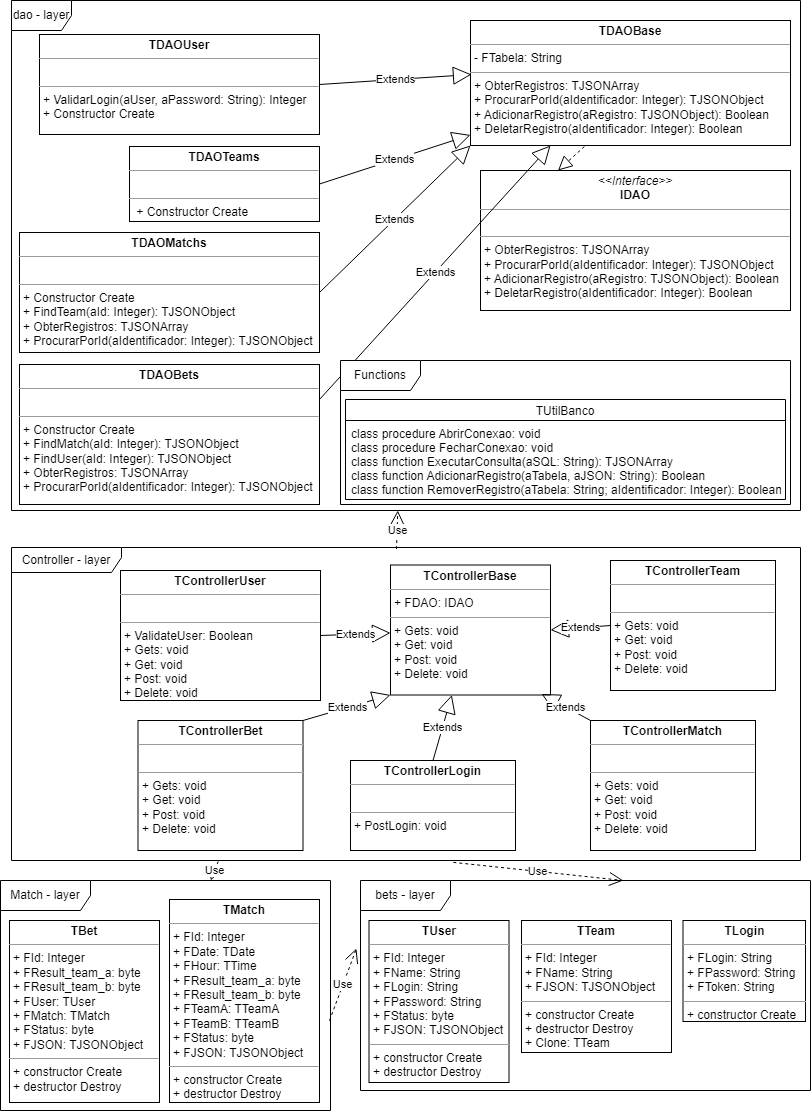
This is Módulo 09 - Projeto Final/3 - Arquitetura da Aplicação/Diagrama_Classe_BackEnd.drawio.png from armandocorrea/Devs2Blu2022-Publico, a draw.io export, as it was before one commit. Source tidied: cells renumbered, new cells last; positions are measured from the earlier drawing's top-left corner, leaving out a move shared by most shapes.
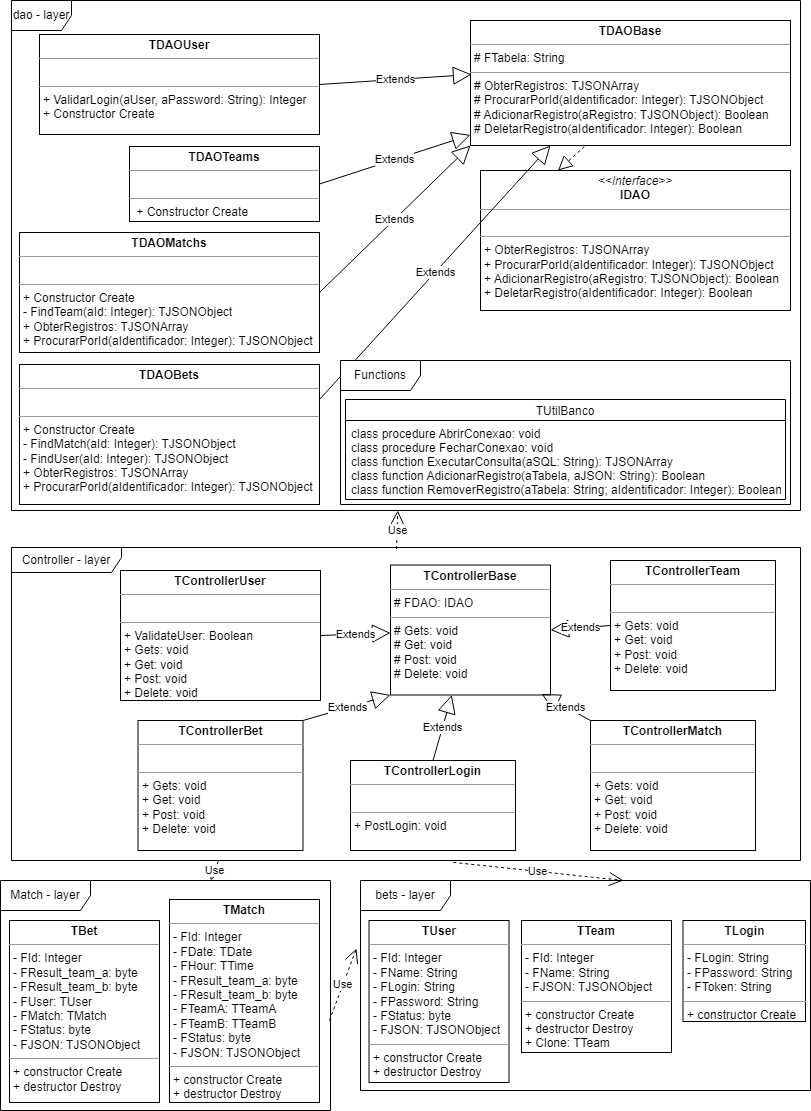
After the change.

The edit, as a diff of the source:
```diff
@@ -10,3 +10,3 @@
     </mxCell>
-    <mxCell id="4" value="&lt;p style=&quot;margin:0px;margin-top:4px;text-align:center;&quot;&gt;&lt;b&gt;TDAOBase&lt;/b&gt;&lt;/p&gt;&lt;hr size=&quot;1&quot;&gt;&lt;p style=&quot;margin:0px;margin-left:4px;&quot;&gt;- FTabela: String&lt;/p&gt;&lt;hr size=&quot;1&quot;&gt;&lt;p style=&quot;margin:0px;margin-left:4px;&quot;&gt;+ ObterRegistros: TJSONArray&lt;/p&gt;&lt;p style=&quot;margin:0px;margin-left:4px;&quot;&gt;+ ProcurarPorId(aIdentificador: Integer): TJSONObject&lt;/p&gt;&lt;p style=&quot;margin:0px;margin-left:4px;&quot;&gt;+ AdicionarRegistro(aRegistro: TJSONObject): Boolean&lt;/p&gt;&lt;p style=&quot;margin:0px;margin-left:4px;&quot;&gt;+ DeletarRegistro(aIdentificador: Integer): Boolean&lt;/p&gt;" style="verticalAlign=top;align=left;overflow=fill;fontSize=12;fontFamily=Helvetica;html=1;" parent="1" vertex="1">
+    <mxCell id="4" value="&lt;p style=&quot;margin:0px;margin-top:4px;text-align:center;&quot;&gt;&lt;b&gt;TDAOBase&lt;/b&gt;&lt;/p&gt;&lt;hr size=&quot;1&quot;&gt;&lt;p style=&quot;margin:0px;margin-left:4px;&quot;&gt;# FTabela: String&lt;/p&gt;&lt;hr size=&quot;1&quot;&gt;&lt;p style=&quot;margin:0px;margin-left:4px;&quot;&gt;# ObterRegistros: TJSONArray&lt;/p&gt;&lt;p style=&quot;margin:0px;margin-left:4px;&quot;&gt;# ProcurarPorId(aIdentificador: Integer): TJSONObject&lt;/p&gt;&lt;p style=&quot;margin:0px;margin-left:4px;&quot;&gt;# AdicionarRegistro(aRegistro: TJSONObject): Boolean&lt;/p&gt;&lt;p style=&quot;margin:0px;margin-left:4px;&quot;&gt;# DeletarRegistro(aIdentificador: Integer): Boolean&lt;/p&gt;" style="verticalAlign=top;align=left;overflow=fill;fontSize=12;fontFamily=Helvetica;html=1;" parent="1" vertex="1">
       <mxGeometry x="470" y="20" width="320" height="125" as="geometry" />
@@ -25,6 +25,6 @@
     </mxCell>
-    <mxCell id="9" value="&lt;p style=&quot;margin:0px;margin-top:4px;text-align:center;&quot;&gt;&lt;b&gt;TDAOMatchs&lt;/b&gt;&lt;/p&gt;&lt;hr size=&quot;1&quot;&gt;&lt;p style=&quot;margin:0px;margin-left:4px;&quot;&gt;&lt;br&gt;&lt;/p&gt;&lt;hr size=&quot;1&quot;&gt;&lt;p style=&quot;margin:0px;margin-left:4px;&quot;&gt;&lt;span style=&quot;background-color: initial;&quot;&gt;+ Constructor Create&lt;br&gt;&lt;/span&gt;+ FindTeam(aId: Integer): TJSONObject&lt;br&gt;&lt;/p&gt;&lt;p style=&quot;border-color: var(--border-color); margin: 0px 0px 0px 4px;&quot;&gt;+ ObterRegistros: TJSONArray&lt;/p&gt;&lt;p style=&quot;border-color: var(--border-color); margin: 0px 0px 0px 4px;&quot;&gt;+ ProcurarPorId(aIdentificador: Integer): TJSONObject&lt;/p&gt;" style="verticalAlign=top;align=left;overflow=fill;fontSize=12;fontFamily=Helvetica;html=1;" parent="1" vertex="1">
+    <mxCell id="9" value="&lt;p style=&quot;margin:0px;margin-top:4px;text-align:center;&quot;&gt;&lt;b&gt;TDAOMatchs&lt;/b&gt;&lt;/p&gt;&lt;hr size=&quot;1&quot;&gt;&lt;p style=&quot;margin:0px;margin-left:4px;&quot;&gt;&lt;br&gt;&lt;/p&gt;&lt;hr size=&quot;1&quot;&gt;&lt;p style=&quot;margin:0px;margin-left:4px;&quot;&gt;&lt;span style=&quot;background-color: initial;&quot;&gt;+ Constructor Create&lt;br&gt;&lt;/span&gt;- FindTeam(aId: Integer): TJSONObject&lt;br&gt;&lt;/p&gt;&lt;p style=&quot;border-color: var(--border-color); margin: 0px 0px 0px 4px;&quot;&gt;+ ObterRegistros: TJSONArray&lt;/p&gt;&lt;p style=&quot;border-color: var(--border-color); margin: 0px 0px 0px 4px;&quot;&gt;+ ProcurarPorId(aIdentificador: Integer): TJSONObject&lt;/p&gt;" style="verticalAlign=top;align=left;overflow=fill;fontSize=12;fontFamily=Helvetica;html=1;" parent="1" vertex="1">
       <mxGeometry x="19" y="232" width="300" height="120" as="geometry" />
     </mxCell>
-    <mxCell id="10" value="&lt;p style=&quot;margin:0px;margin-top:4px;text-align:center;&quot;&gt;&lt;b&gt;TDAOBets&lt;/b&gt;&lt;/p&gt;&lt;hr size=&quot;1&quot;&gt;&lt;p style=&quot;margin:0px;margin-left:4px;&quot;&gt;&lt;br&gt;&lt;/p&gt;&lt;hr size=&quot;1&quot;&gt;&lt;p style=&quot;margin:0px;margin-left:4px;&quot;&gt;&lt;span style=&quot;background-color: initial;&quot;&gt;+ Constructor Create&lt;br&gt;&lt;/span&gt;+ FindMatch(aId: Integer): TJSONObject&lt;br&gt;&lt;/p&gt;&lt;p style=&quot;margin:0px;margin-left:4px;&quot;&gt;+ FindUser(aId: Integer): TJSONObject&lt;br&gt;&lt;/p&gt;&lt;p style=&quot;border-color: var(--border-color); margin: 0px 0px 0px 4px;&quot;&gt;+ ObterRegistros: TJSONArray&lt;/p&gt;&lt;p style=&quot;border-color: var(--border-color); margin: 0px 0px 0px 4px;&quot;&gt;+ ProcurarPorId(aIdentificador: Integer): TJSONObject&lt;/p&gt;" style="verticalAlign=top;align=left;overflow=fill;fontSize=12;fontFamily=Helvetica;html=1;" parent="1" vertex="1">
+    <mxCell id="10" value="&lt;p style=&quot;margin:0px;margin-top:4px;text-align:center;&quot;&gt;&lt;b&gt;TDAOBets&lt;/b&gt;&lt;/p&gt;&lt;hr size=&quot;1&quot;&gt;&lt;p style=&quot;margin:0px;margin-left:4px;&quot;&gt;&lt;br&gt;&lt;/p&gt;&lt;hr size=&quot;1&quot;&gt;&lt;p style=&quot;margin:0px;margin-left:4px;&quot;&gt;&lt;span style=&quot;background-color: initial;&quot;&gt;+ Constructor Create&lt;br&gt;&lt;/span&gt;- FindMatch(aId: Integer): TJSONObject&lt;br&gt;&lt;/p&gt;&lt;p style=&quot;margin:0px;margin-left:4px;&quot;&gt;- FindUser(aId: Integer): TJSONObject&lt;br&gt;&lt;/p&gt;&lt;p style=&quot;border-color: var(--border-color); margin: 0px 0px 0px 4px;&quot;&gt;+ ObterRegistros: TJSONArray&lt;/p&gt;&lt;p style=&quot;border-color: var(--border-color); margin: 0px 0px 0px 4px;&quot;&gt;+ ProcurarPorId(aIdentificador: Integer): TJSONObject&lt;/p&gt;" style="verticalAlign=top;align=left;overflow=fill;fontSize=12;fontFamily=Helvetica;html=1;" parent="1" vertex="1">
       <mxGeometry x="19" y="364" width="300" height="140" as="geometry" />
@@ -43,3 +43,3 @@
     </mxCell>
-    <mxCell id="15" value="&lt;p style=&quot;margin:0px;margin-top:4px;text-align:center;&quot;&gt;&lt;b&gt;TControllerBase&lt;/b&gt;&lt;/p&gt;&lt;hr size=&quot;1&quot;&gt;&lt;p style=&quot;margin:0px;margin-left:4px;&quot;&gt;+ FDAO: IDAO&lt;/p&gt;&lt;hr size=&quot;1&quot;&gt;&lt;p style=&quot;border-color: var(--border-color); margin: 0px 0px 0px 4px;&quot;&gt;&lt;span style=&quot;background-color: initial;&quot;&gt;+ Gets: void&lt;/span&gt;&lt;br&gt;&lt;/p&gt;&lt;p style=&quot;border-color: var(--border-color); margin: 0px 0px 0px 4px;&quot;&gt;+ Get: void&lt;/p&gt;&lt;p style=&quot;border-color: var(--border-color); margin: 0px 0px 0px 4px;&quot;&gt;+ Post: void&lt;/p&gt;&lt;p style=&quot;border-color: var(--border-color); margin: 0px 0px 0px 4px;&quot;&gt;+ Delete: void&lt;/p&gt;" style="verticalAlign=top;align=left;overflow=fill;fontSize=12;fontFamily=Helvetica;html=1;" parent="1" vertex="1">
+    <mxCell id="15" value="&lt;p style=&quot;margin:0px;margin-top:4px;text-align:center;&quot;&gt;&lt;b&gt;TControllerBase&lt;/b&gt;&lt;/p&gt;&lt;hr size=&quot;1&quot;&gt;&lt;p style=&quot;margin:0px;margin-left:4px;&quot;&gt;# FDAO: IDAO&lt;/p&gt;&lt;hr size=&quot;1&quot;&gt;&lt;p style=&quot;border-color: var(--border-color); margin: 0px 0px 0px 4px;&quot;&gt;&lt;span style=&quot;background-color: initial;&quot;&gt;# Gets: void&lt;/span&gt;&lt;br&gt;&lt;/p&gt;&lt;p style=&quot;border-color: var(--border-color); margin: 0px 0px 0px 4px;&quot;&gt;# Get: void&lt;/p&gt;&lt;p style=&quot;border-color: var(--border-color); margin: 0px 0px 0px 4px;&quot;&gt;# Post: void&lt;/p&gt;&lt;p style=&quot;border-color: var(--border-color); margin: 0px 0px 0px 4px;&quot;&gt;# Delete: void&lt;/p&gt;" style="verticalAlign=top;align=left;overflow=fill;fontSize=12;fontFamily=Helvetica;html=1;" parent="1" vertex="1">
       <mxGeometry x="390" y="564.5" width="160" height="130" as="geometry" />
@@ -82,6 +82,6 @@
     </mxCell>
-    <mxCell id="28" value="&lt;p style=&quot;margin:0px;margin-top:4px;text-align:center;&quot;&gt;&lt;b&gt;TBet&lt;/b&gt;&lt;/p&gt;&lt;hr size=&quot;1&quot;&gt;&lt;p style=&quot;margin:0px;margin-left:4px;&quot;&gt;+ FId: Integer&lt;/p&gt;&lt;p style=&quot;margin:0px;margin-left:4px;&quot;&gt;+ FResult_team_a: byte&lt;br&gt;&lt;/p&gt;&lt;p style=&quot;margin:0px;margin-left:4px;&quot;&gt;+ FResult_team_b: byte&lt;br&gt;&lt;/p&gt;&lt;p style=&quot;margin:0px;margin-left:4px;&quot;&gt;+ FUser: TUser&lt;/p&gt;&lt;p style=&quot;margin:0px;margin-left:4px;&quot;&gt;+ FMatch: TMatch&lt;br&gt;&lt;/p&gt;&lt;p style=&quot;margin:0px;margin-left:4px;&quot;&gt;+ FStatus: byte&lt;/p&gt;&lt;p style=&quot;margin:0px;margin-left:4px;&quot;&gt;+ FJSON: TJSONObject&lt;/p&gt;&lt;hr size=&quot;1&quot;&gt;&lt;p style=&quot;border-color: var(--border-color); margin: 0px 0px 0px 4px;&quot;&gt;+ constructor Create&lt;/p&gt;&lt;p style=&quot;border-color: var(--border-color); margin: 0px 0px 0px 4px;&quot;&gt;+ destructor Destroy&lt;/p&gt;" style="verticalAlign=top;align=left;overflow=fill;fontSize=12;fontFamily=Helvetica;html=1;" parent="1" vertex="1">
+    <mxCell id="28" value="&lt;p style=&quot;margin:0px;margin-top:4px;text-align:center;&quot;&gt;&lt;b&gt;TBet&lt;/b&gt;&lt;/p&gt;&lt;hr size=&quot;1&quot;&gt;&lt;p style=&quot;margin:0px;margin-left:4px;&quot;&gt;- FId: Integer&lt;/p&gt;&lt;p style=&quot;margin:0px;margin-left:4px;&quot;&gt;- FResult_team_a: byte&lt;br&gt;&lt;/p&gt;&lt;p style=&quot;margin:0px;margin-left:4px;&quot;&gt;- FResult_team_b: byte&lt;br&gt;&lt;/p&gt;&lt;p style=&quot;margin:0px;margin-left:4px;&quot;&gt;- FUser: TUser&lt;/p&gt;&lt;p style=&quot;margin:0px;margin-left:4px;&quot;&gt;- FMatch: TMatch&lt;br&gt;&lt;/p&gt;&lt;p style=&quot;margin:0px;margin-left:4px;&quot;&gt;- FStatus: byte&lt;/p&gt;&lt;p style=&quot;margin:0px;margin-left:4px;&quot;&gt;- FJSON: TJSONObject&lt;/p&gt;&lt;hr size=&quot;1&quot;&gt;&lt;p style=&quot;border-color: var(--border-color); margin: 0px 0px 0px 4px;&quot;&gt;+ constructor Create&lt;/p&gt;&lt;p style=&quot;border-color: var(--border-color); margin: 0px 0px 0px 4px;&quot;&gt;+ destructor Destroy&lt;/p&gt;" style="verticalAlign=top;align=left;overflow=fill;fontSize=12;fontFamily=Helvetica;html=1;" parent="1" vertex="1">
       <mxGeometry x="9" y="920" width="150" height="182" as="geometry" />
     </mxCell>
-    <mxCell id="29" value="&lt;p style=&quot;margin:0px;margin-top:4px;text-align:center;&quot;&gt;&lt;b&gt;TMatch&lt;/b&gt;&lt;/p&gt;&lt;hr size=&quot;1&quot;&gt;&lt;p style=&quot;margin:0px;margin-left:4px;&quot;&gt;+ FId: Integer&lt;/p&gt;&lt;p style=&quot;margin:0px;margin-left:4px;&quot;&gt;+ FDate: TDate&lt;br&gt;&lt;/p&gt;&lt;p style=&quot;margin:0px;margin-left:4px;&quot;&gt;+ FHour: TTime&lt;br&gt;&lt;/p&gt;&lt;p style=&quot;margin:0px;margin-left:4px;&quot;&gt;+ FResult_team_a: byte&lt;/p&gt;&lt;p style=&quot;margin:0px;margin-left:4px;&quot;&gt;+ FResult_team_b: byte&lt;br&gt;&lt;/p&gt;&lt;p style=&quot;margin:0px;margin-left:4px;&quot;&gt;+ FTeamA: TTeamA&lt;/p&gt;&lt;p style=&quot;margin:0px;margin-left:4px;&quot;&gt;+ FTeamB: TTeamB&lt;/p&gt;&lt;p style=&quot;margin:0px;margin-left:4px;&quot;&gt;+ FStatus: byte&lt;/p&gt;&lt;p style=&quot;margin:0px;margin-left:4px;&quot;&gt;+ FJSON: TJSONObject&lt;/p&gt;&lt;hr size=&quot;1&quot;&gt;&lt;p style=&quot;margin:0px;margin-left:4px;&quot;&gt;+ constructor Create&lt;/p&gt;&lt;p style=&quot;margin:0px;margin-left:4px;&quot;&gt;+ destructor Destroy&lt;/p&gt;" style="verticalAlign=top;align=left;overflow=fill;fontSize=12;fontFamily=Helvetica;html=1;" parent="1" vertex="1">
+    <mxCell id="29" value="&lt;p style=&quot;margin:0px;margin-top:4px;text-align:center;&quot;&gt;&lt;b&gt;TMatch&lt;/b&gt;&lt;/p&gt;&lt;hr size=&quot;1&quot;&gt;&lt;p style=&quot;margin:0px;margin-left:4px;&quot;&gt;- FId: Integer&lt;/p&gt;&lt;p style=&quot;margin:0px;margin-left:4px;&quot;&gt;- FDate: TDate&lt;br&gt;&lt;/p&gt;&lt;p style=&quot;margin:0px;margin-left:4px;&quot;&gt;- FHour: TTime&lt;br&gt;&lt;/p&gt;&lt;p style=&quot;margin:0px;margin-left:4px;&quot;&gt;- FResult_team_a: byte&lt;/p&gt;&lt;p style=&quot;margin:0px;margin-left:4px;&quot;&gt;- FResult_team_b: byte&lt;br&gt;&lt;/p&gt;&lt;p style=&quot;margin:0px;margin-left:4px;&quot;&gt;- FTeamA: TTeamA&lt;/p&gt;&lt;p style=&quot;margin:0px;margin-left:4px;&quot;&gt;- FTeamB: TTeamB&lt;/p&gt;&lt;p style=&quot;margin:0px;margin-left:4px;&quot;&gt;- FStatus: byte&lt;/p&gt;&lt;p style=&quot;margin:0px;margin-left:4px;&quot;&gt;- FJSON: TJSONObject&lt;/p&gt;&lt;hr size=&quot;1&quot;&gt;&lt;p style=&quot;margin:0px;margin-left:4px;&quot;&gt;+ constructor Create&lt;/p&gt;&lt;p style=&quot;margin:0px;margin-left:4px;&quot;&gt;+ destructor Destroy&lt;/p&gt;" style="verticalAlign=top;align=left;overflow=fill;fontSize=12;fontFamily=Helvetica;html=1;" parent="1" vertex="1">
       <mxGeometry x="169" y="899" width="150" height="203" as="geometry" />
@@ -94,9 +94,9 @@
     </mxCell>
-    <mxCell id="32" value="&lt;p style=&quot;margin:0px;margin-top:4px;text-align:center;&quot;&gt;&lt;b&gt;TUser&lt;/b&gt;&lt;/p&gt;&lt;hr size=&quot;1&quot;&gt;&lt;p style=&quot;margin:0px;margin-left:4px;&quot;&gt;+ FId: Integer&lt;/p&gt;&lt;p style=&quot;margin:0px;margin-left:4px;&quot;&gt;+ FName: String&lt;br&gt;&lt;/p&gt;&lt;p style=&quot;margin:0px;margin-left:4px;&quot;&gt;+ FLogin: String&lt;br&gt;&lt;/p&gt;&lt;p style=&quot;margin:0px;margin-left:4px;&quot;&gt;+ FPassword: String&lt;/p&gt;&lt;p style=&quot;margin:0px;margin-left:4px;&quot;&gt;+ FStatus: byte&lt;br&gt;&lt;/p&gt;&lt;p style=&quot;margin:0px;margin-left:4px;&quot;&gt;+ FJSON: TJSONObject&lt;/p&gt;&lt;hr size=&quot;1&quot;&gt;&lt;p style=&quot;margin:0px;margin-left:4px;&quot;&gt;+ constructor Create&lt;/p&gt;&lt;p style=&quot;margin:0px;margin-left:4px;&quot;&gt;+ destructor Destroy&lt;/p&gt;" style="verticalAlign=top;align=left;overflow=fill;fontSize=12;fontFamily=Helvetica;html=1;" parent="1" vertex="1">
+    <mxCell id="32" value="&lt;p style=&quot;margin:0px;margin-top:4px;text-align:center;&quot;&gt;&lt;b&gt;TUser&lt;/b&gt;&lt;/p&gt;&lt;hr size=&quot;1&quot;&gt;&lt;p style=&quot;margin:0px;margin-left:4px;&quot;&gt;- FId: Integer&lt;/p&gt;&lt;p style=&quot;margin:0px;margin-left:4px;&quot;&gt;- FName: String&lt;br&gt;&lt;/p&gt;&lt;p style=&quot;margin:0px;margin-left:4px;&quot;&gt;- FLogin: String&lt;br&gt;&lt;/p&gt;&lt;p style=&quot;margin:0px;margin-left:4px;&quot;&gt;- FPassword: String&lt;/p&gt;&lt;p style=&quot;margin:0px;margin-left:4px;&quot;&gt;- FStatus: byte&lt;br&gt;&lt;/p&gt;&lt;p style=&quot;margin:0px;margin-left:4px;&quot;&gt;- FJSON: TJSONObject&lt;/p&gt;&lt;hr size=&quot;1&quot;&gt;&lt;p style=&quot;margin:0px;margin-left:4px;&quot;&gt;+ constructor Create&lt;/p&gt;&lt;p style=&quot;margin:0px;margin-left:4px;&quot;&gt;+ destructor Destroy&lt;/p&gt;" style="verticalAlign=top;align=left;overflow=fill;fontSize=12;fontFamily=Helvetica;html=1;" parent="1" vertex="1">
       <mxGeometry x="368.5" y="920" width="140" height="162" as="geometry" />
     </mxCell>
-    <mxCell id="33" value="&lt;p style=&quot;margin:0px;margin-top:4px;text-align:center;&quot;&gt;&lt;b&gt;TTeam&lt;/b&gt;&lt;/p&gt;&lt;hr size=&quot;1&quot;&gt;&lt;p style=&quot;margin:0px;margin-left:4px;&quot;&gt;+ FId: Integer&lt;/p&gt;&lt;p style=&quot;margin:0px;margin-left:4px;&quot;&gt;+ FName: String&lt;/p&gt;&lt;p style=&quot;margin:0px;margin-left:4px;&quot;&gt;+ FJSON: TJSONObject&lt;/p&gt;&lt;hr size=&quot;1&quot;&gt;&lt;p style=&quot;border-color: var(--border-color); margin: 0px 0px 0px 4px;&quot;&gt;+ constructor Create&lt;/p&gt;&lt;p style=&quot;border-color: var(--border-color); margin: 0px 0px 0px 4px;&quot;&gt;+ destructor Destroy&lt;/p&gt;&lt;p style=&quot;border-color: var(--border-color); margin: 0px 0px 0px 4px;&quot;&gt;+ Clone: TTeam&lt;/p&gt;&lt;p style=&quot;border-color: var(--border-color); margin: 0px 0px 0px 4px;&quot;&gt;&lt;br&gt;&lt;/p&gt;" style="verticalAlign=top;align=left;overflow=fill;fontSize=12;fontFamily=Helvetica;html=1;" parent="1" vertex="1">
+    <mxCell id="33" value="&lt;p style=&quot;margin:0px;margin-top:4px;text-align:center;&quot;&gt;&lt;b&gt;TTeam&lt;/b&gt;&lt;/p&gt;&lt;hr size=&quot;1&quot;&gt;&lt;p style=&quot;margin:0px;margin-left:4px;&quot;&gt;- FId: Integer&lt;/p&gt;&lt;p style=&quot;margin:0px;margin-left:4px;&quot;&gt;- FName: String&lt;/p&gt;&lt;p style=&quot;margin:0px;margin-left:4px;&quot;&gt;- FJSON: TJSONObject&lt;/p&gt;&lt;hr size=&quot;1&quot;&gt;&lt;p style=&quot;border-color: var(--border-color); margin: 0px 0px 0px 4px;&quot;&gt;+ constructor Create&lt;/p&gt;&lt;p style=&quot;border-color: var(--border-color); margin: 0px 0px 0px 4px;&quot;&gt;+ destructor Destroy&lt;/p&gt;&lt;p style=&quot;border-color: var(--border-color); margin: 0px 0px 0px 4px;&quot;&gt;+ Clone: TTeam&lt;/p&gt;&lt;p style=&quot;border-color: var(--border-color); margin: 0px 0px 0px 4px;&quot;&gt;&lt;br&gt;&lt;/p&gt;" style="verticalAlign=top;align=left;overflow=fill;fontSize=12;fontFamily=Helvetica;html=1;" parent="1" vertex="1">
       <mxGeometry x="521" y="920" width="150" height="132" as="geometry" />
     </mxCell>
-    <mxCell id="34" value="&lt;p style=&quot;margin:0px;margin-top:4px;text-align:center;&quot;&gt;&lt;b&gt;TLogin&lt;/b&gt;&lt;/p&gt;&lt;hr size=&quot;1&quot;&gt;&lt;p style=&quot;margin:0px;margin-left:4px;&quot;&gt;+ FLogin: String&lt;/p&gt;&lt;p style=&quot;margin:0px;margin-left:4px;&quot;&gt;+ FPassword: String&lt;/p&gt;&lt;p style=&quot;margin:0px;margin-left:4px;&quot;&gt;+ FToken: String&lt;/p&gt;&lt;hr size=&quot;1&quot;&gt;&lt;p style=&quot;margin:0px;margin-left:4px;&quot;&gt;+ constructor Create&lt;/p&gt;" style="verticalAlign=top;align=left;overflow=fill;fontSize=12;fontFamily=Helvetica;html=1;" parent="1" vertex="1">
+    <mxCell id="34" value="&lt;p style=&quot;margin:0px;margin-top:4px;text-align:center;&quot;&gt;&lt;b&gt;TLogin&lt;/b&gt;&lt;/p&gt;&lt;hr size=&quot;1&quot;&gt;&lt;p style=&quot;margin:0px;margin-left:4px;&quot;&gt;- FLogin: String&lt;/p&gt;&lt;p style=&quot;margin:0px;margin-left:4px;&quot;&gt;- FPassword: String&lt;/p&gt;&lt;p style=&quot;margin:0px;margin-left:4px;&quot;&gt;- FToken: String&lt;/p&gt;&lt;hr size=&quot;1&quot;&gt;&lt;p style=&quot;margin:0px;margin-left:4px;&quot;&gt;+ constructor Create&lt;/p&gt;" style="verticalAlign=top;align=left;overflow=fill;fontSize=12;fontFamily=Helvetica;html=1;" parent="1" vertex="1">
       <mxGeometry x="682.5" y="920" width="122.5" height="101" as="geometry" />
```
